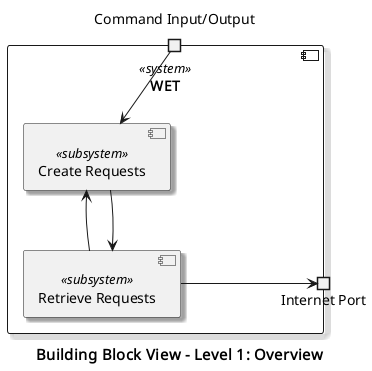
AlAl45643/WebtoEpubwithTor keeps this PlantUML diagram as documents/B-3.png. Above is the earlier version. The source it was exported from:
```plantuml
@startuml
skinparam shadowing true
skinparam defaulttextalignment center
skinparam componentstereotypefontsize 13
skinparam footerfontsize 15
skinparam footerFontColor black
skinparam folderstereotypefontsize 13


component "WET" as wet <<system>> {
portin "Command Input/Output" as comm
portout "Internet Port" as internet
component "Retrieve Requests" as retrieve <<subsystem>>
component "Create Requests" as request <<subsystem>>

comm --> request
retrieve -up-> request
request -do-> retrieve
retrieve --> internet


}

center footer "**Building Block View - Level 1: Overview**"
 @enduml
```
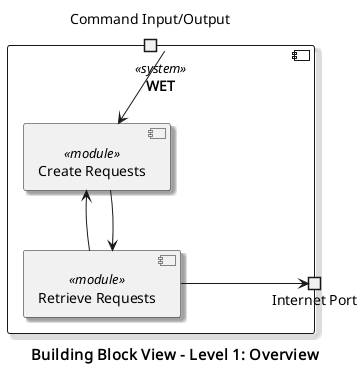
Later version of the same file.

What changed in the source:
```diff
@@ -8,18 +8,18 @@
 
 
 component "WET" as wet <<system>> {
-portin "Command Input/Output" as comm
-portout "Internet Port" as internet
-component "Retrieve Requests" as retrieve <<subsystem>>
-component "Create Requests" as request <<subsystem>>
+        portin "Command Input/Output" as comm
+        portout "Internet Port" as internet
+        component "Retrieve Requests" as retrieve <<module>>
+        component "Create Requests" as request <<module>>
 
-comm --> request
-retrieve -up-> request
-request -do-> retrieve
-retrieve --> internet
+        comm --> request
+        retrieve -up-> request
+        request -do-> retrieve
+        retrieve --> internet
 
 
 }
 
 center footer "**Building Block View - Level 1: Overview**"
- @enduml
+@enduml
```
